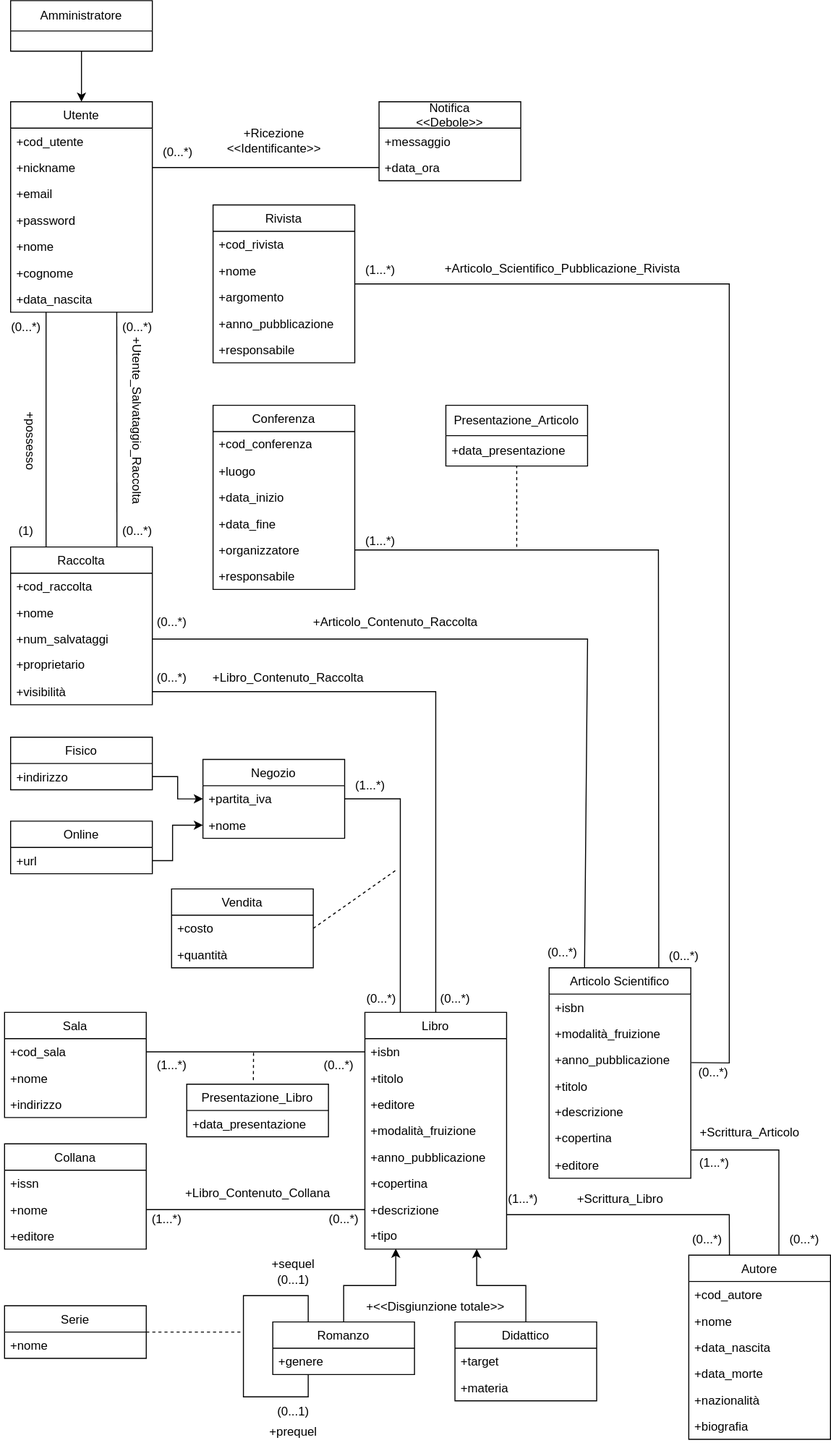
Above: progettazione_concettuale/Modello_Concettuale_UML.drawio.svg in m3tt0/Progetto_OB_BASI (draw.io), before the change. Source tidied: cells renumbered, new cells last; positions are measured from the earlier drawing's top-left corner, leaving out a move shared by most shapes.
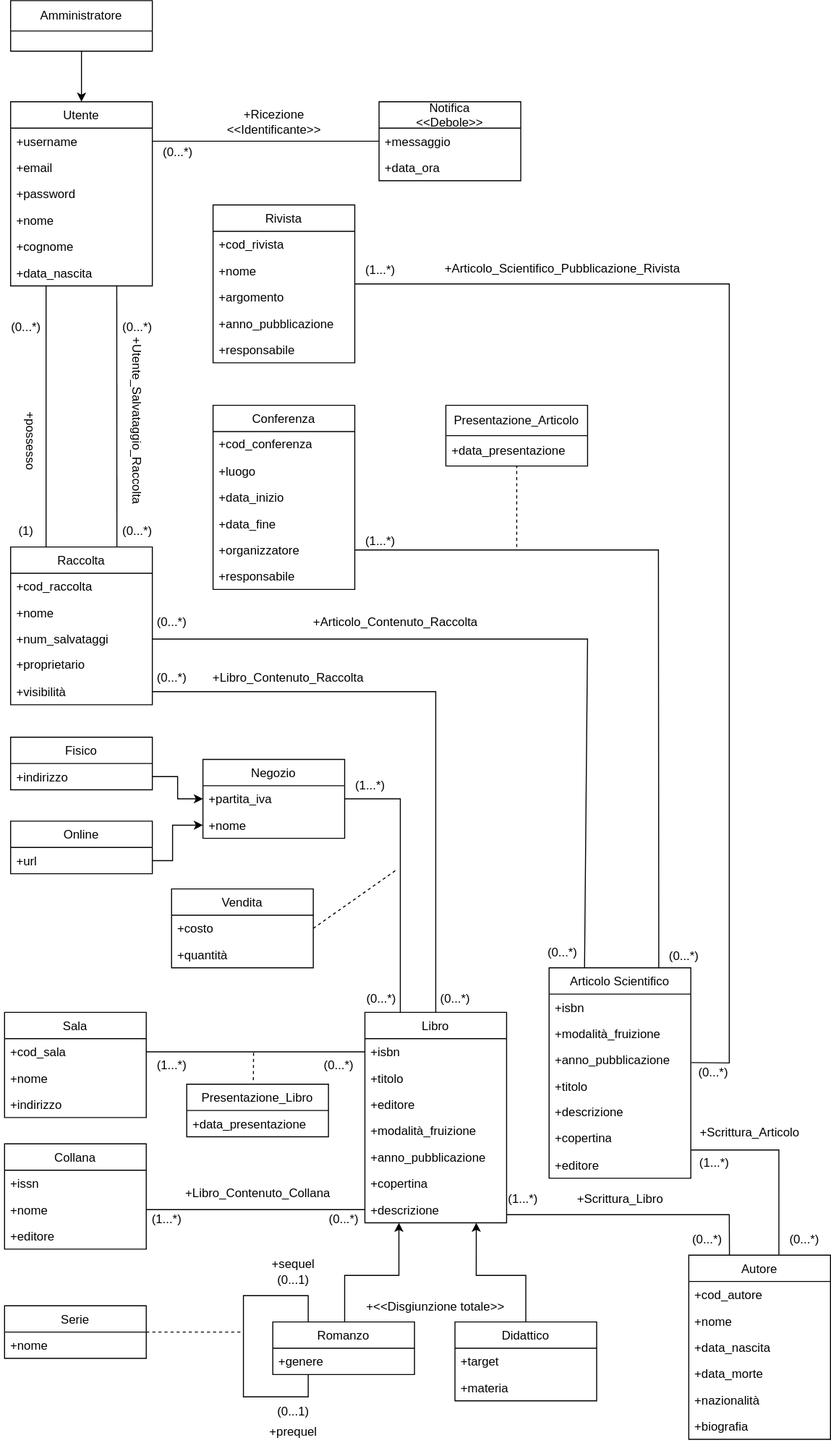
After the commit.

The edit, as a diff of the source:
```diff
@@ -24,7 +24,7 @@
       <mxGeometry y="156" width="140" height="26" as="geometry" />
     </mxCell>
     <mxCell id="9" value="Libro" style="swimlane;fontStyle=0;horizontal=1;startSize=26;fillColor=none;" parent="1" vertex="1">
-      <mxGeometry x="370" y="1000" width="140" height="234" as="geometry" />
+      <mxGeometry x="370" y="1000" width="140" height="208" as="geometry" />
     </mxCell>
     <mxCell id="10" value="+isbn" style="text;strokeColor=none;fillColor=none;align=left;verticalAlign=top;spacingLeft=4;spacingRight=4;overflow=hidden;points=[[0,0.5],[1,0.5]];portConstraint=eastwest;" parent="9" vertex="1">
       <mxGeometry y="26" width="140" height="26" as="geometry" />
@@ -47,9 +47,6 @@
     <mxCell id="16" value="+descrizione" style="text;strokeColor=none;fillColor=none;align=left;verticalAlign=top;spacingLeft=4;spacingRight=4;overflow=hidden;points=[[0,0.5],[1,0.5]];portConstraint=eastwest;" parent="9" vertex="1">
       <mxGeometry y="182" width="140" height="26" as="geometry" />
     </mxCell>
-    <mxCell id="17" value="+tipo" style="text;strokeColor=none;fillColor=none;align=left;verticalAlign=middle;spacingLeft=4;spacingRight=4;overflow=hidden;points=[[0,0.5],[1,0.5]];portConstraint=eastwest;whiteSpace=wrap;html=1;" parent="9" vertex="1">
-      <mxGeometry y="208" width="140" height="26" as="geometry" />
-    </mxCell>
     <mxCell id="18" value="Articolo Scientifico" style="swimlane;fontStyle=0;horizontal=1;startSize=26;fillColor=none;" parent="1" vertex="1">
       <mxGeometry x="552" y="956" width="140" height="208" as="geometry" />
     </mxCell>
@@ -302,28 +299,25 @@
       </mxGeometry>
     </mxCell>
     <mxCell id="93" value="Utente" style="swimlane;fontStyle=0;horizontal=1;startSize=26;fillColor=none;" parent="1" vertex="1">
-      <mxGeometry x="20" y="100" width="140" height="208" as="geometry" />
+      <mxGeometry x="20" y="100" width="140" height="182" as="geometry" />
     </mxCell>
-    <mxCell id="94" value="+cod_utente" style="text;strokeColor=none;fillColor=none;align=left;verticalAlign=top;spacingLeft=4;spacingRight=4;overflow=hidden;" parent="93" vertex="1">
-      <mxGeometry y="26" width="140" height="26" as="geometry" />
-    </mxCell>
-    <mxCell id="95" value="+nickname" style="text;strokeColor=none;fillColor=none;align=left;verticalAlign=top;spacingLeft=4;spacingRight=4;overflow=hidden;points=[[0,0.5],[1,0.5]];portConstraint=eastwest;" parent="93" vertex="1">
-      <mxGeometry y="52" width="140" height="26" as="geometry" />
+    <mxCell id="95" value="+username" style="text;strokeColor=none;fillColor=none;align=left;verticalAlign=top;spacingLeft=4;spacingRight=4;overflow=hidden;points=[[0,0.5],[1,0.5]];portConstraint=eastwest;" parent="93" vertex="1">
+      <mxGeometry y="26" width="140" height="26" as="geometry" />
     </mxCell>
     <mxCell id="96" value="+email" style="text;strokeColor=none;fillColor=none;align=left;verticalAlign=top;spacingLeft=4;spacingRight=4;overflow=hidden;" parent="93" vertex="1">
-      <mxGeometry y="78" width="140" height="26" as="geometry" />
+      <mxGeometry y="52" width="140" height="26" as="geometry" />
     </mxCell>
     <mxCell id="97" value="+password" style="text;strokeColor=none;fillColor=none;align=left;verticalAlign=top;spacingLeft=4;spacingRight=4;overflow=hidden;" parent="93" vertex="1">
-      <mxGeometry y="104" width="140" height="26" as="geometry" />
+      <mxGeometry y="78" width="140" height="26" as="geometry" />
     </mxCell>
     <mxCell id="98" value="+nome" style="text;strokeColor=none;fillColor=none;align=left;verticalAlign=top;spacingLeft=4;spacingRight=4;overflow=hidden;" parent="93" vertex="1">
-      <mxGeometry y="130" width="140" height="26" as="geometry" />
+      <mxGeometry y="104" width="140" height="26" as="geometry" />
     </mxCell>
     <mxCell id="99" value="+cognome" style="text;strokeColor=none;fillColor=none;align=left;verticalAlign=top;spacingLeft=4;spacingRight=4;overflow=hidden;" parent="93" vertex="1">
-      <mxGeometry y="156" width="140" height="26" as="geometry" />
+      <mxGeometry y="130" width="140" height="26" as="geometry" />
     </mxCell>
     <mxCell id="100" value="+data_nascita" style="text;strokeColor=none;fillColor=none;align=left;verticalAlign=top;spacingLeft=4;spacingRight=4;overflow=hidden;points=[[0,0.5],[1,0.5]];portConstraint=eastwest;" parent="93" vertex="1">
-      <mxGeometry y="182" width="140" height="26" as="geometry" />
+      <mxGeometry y="156" width="140" height="26" as="geometry" />
     </mxCell>
     <mxCell id="101" value="+Libro_Contenuto_Raccolta" style="text;html=1;align=center;verticalAlign=middle;strokeColor=none;fillColor=none;rotation=0;" parent="1" vertex="1">
       <mxGeometry x="204" y="655" width="180" height="30" as="geometry" />
@@ -358,7 +352,7 @@
     <mxCell id="111" style="endArrow=classic;html=1;rounded=0;entryX=0.5;entryY=0;entryDx=0;entryDy=0;exitX=0.5;exitY=1;exitDx=0;exitDy=0;" parent="1" edge="1" source="110" target="93">
       <mxGeometry relative="1" as="geometry" />
     </mxCell>
-    <mxCell id="112" style="edgeStyle=orthogonalEdgeStyle;rounded=0;jettySize=auto;html=1;entryX=1;entryY=0.5;entryDx=0;entryDy=0;exitX=0;exitY=0.5;exitDx=0;exitDy=0;endArrow=none;endFill=0;" parent="1" edge="1" source="115" target="95">
+    <mxCell id="112" style="edgeStyle=orthogonalEdgeStyle;rounded=0;jettySize=auto;html=1;entryX=1;entryY=0.5;entryDx=0;entryDy=0;exitX=0;exitY=0.5;exitDx=0;exitDy=0;endArrow=none;endFill=0;" parent="1" edge="1" source="114" target="95">
       <mxGeometry relative="1" as="geometry" />
     </mxCell>
     <mxCell id="113" value="Notifica&#10;&lt;&lt;Debole&gt;&gt;" style="swimlane;fontStyle=0;horizontal=1;startSize=26;fillColor=none;" parent="1" vertex="1">
@@ -412,8 +406,13 @@
     <mxCell id="127" value="(1...*)" style="text;html=1;align=center;verticalAlign=middle;strokeColor=none;fillColor=none;" parent="1" vertex="1">
       <mxGeometry x="360" y="520" width="50" height="30" as="geometry" />
     </mxCell>
-    <mxCell id="128" style="edgeStyle=orthogonalEdgeStyle;rounded=0;jettySize=auto;html=1;entryX=0.218;entryY=0.984;entryDx=0;entryDy=0;entryPerimeter=0;" parent="1" edge="1" source="129" target="17">
-      <mxGeometry relative="1" as="geometry" />
+    <mxCell id="128" style="edgeStyle=orthogonalEdgeStyle;rounded=0;jettySize=auto;html=1;entryX=0.24;entryY=0.999;entryDx=0;entryDy=0;entryPerimeter=0;" parent="1" edge="1" source="129" target="16">
+      <mxGeometry relative="1" as="geometry">
+        <Array as="points">
+          <mxPoint x="350" y="1260" />
+          <mxPoint x="404" y="1260" />
+        </Array>
+      </mxGeometry>
     </mxCell>
     <mxCell id="129" value="Romanzo" style="swimlane;fontStyle=0;horizontal=1;startSize=26;fillColor=none;" parent="1" vertex="1">
       <mxGeometry x="279" y="1306" width="140" height="52" as="geometry" />
@@ -464,8 +463,13 @@
         </Array>
       </mxGeometry>
     </mxCell>
-    <mxCell id="142" style="edgeStyle=orthogonalEdgeStyle;rounded=0;jettySize=auto;html=1;entryX=0.789;entryY=1;entryDx=0;entryDy=0;entryPerimeter=0;" parent="1" edge="1" source="123" target="17">
-      <mxGeometry relative="1" as="geometry" />
+    <mxCell id="142" style="edgeStyle=orthogonalEdgeStyle;rounded=0;jettySize=auto;html=1;entryX=0.786;entryY=0.999;entryDx=0;entryDy=0;entryPerimeter=0;" parent="1" edge="1" source="123" target="16">
+      <mxGeometry relative="1" as="geometry">
+        <Array as="points">
+          <mxPoint x="529" y="1260" />
+          <mxPoint x="480" y="1260" />
+        </Array>
+      </mxGeometry>
     </mxCell>
     <mxCell id="143" style="edgeStyle=orthogonalEdgeStyle;rounded=0;orthogonalLoop=1;jettySize=auto;html=1;entryX=0.25;entryY=0;entryDx=0;entryDy=0;exitX=0.25;exitY=1;exitDx=0;exitDy=0;endArrow=none;endFill=0;" parent="1" edge="1" source="129" target="129">
       <mxGeometry relative="1" as="geometry">
@@ -481,7 +485,7 @@
       <mxGeometry relative="1" as="geometry" />
     </mxCell>
     <mxCell id="145" value="+Ricezione&lt;br&gt;&amp;lt;&amp;lt;Identificante&amp;gt;&amp;gt;" style="text;html=1;align=center;verticalAlign=middle;strokeColor=none;fillColor=none;rotation=0;" parent="1" vertex="1">
-      <mxGeometry x="220" y="119" width="120" height="40" as="geometry" />
+      <mxGeometry x="220" y="100" width="120" height="40" as="geometry" />
     </mxCell>
   </root>
 </mxGraphModel>
```
